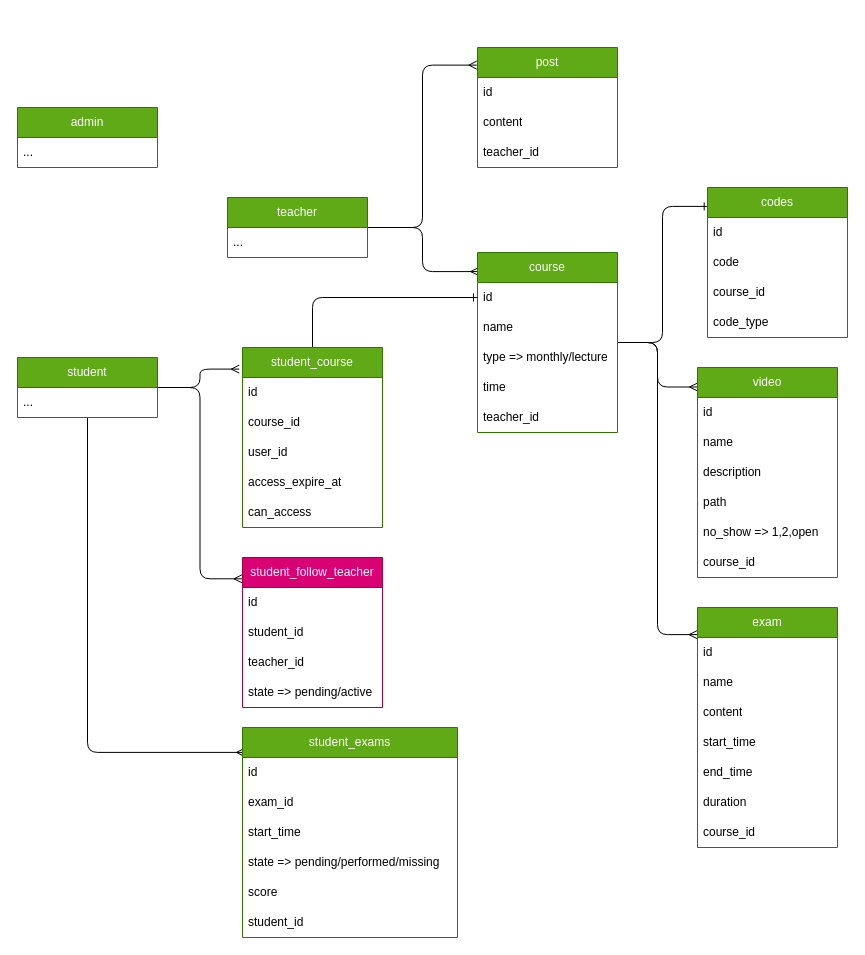
Above: schema.drawio in habibGamal/Prof (draw.io), before the change. Source tidied: cells renumbered, new cells numbered last; positions are measured from the earlier drawing's top-left corner, leaving out a move shared by most shapes. Both pictures are drawn from the tidied source at 100%, with x=0, y=0 at pixel (17, 47).
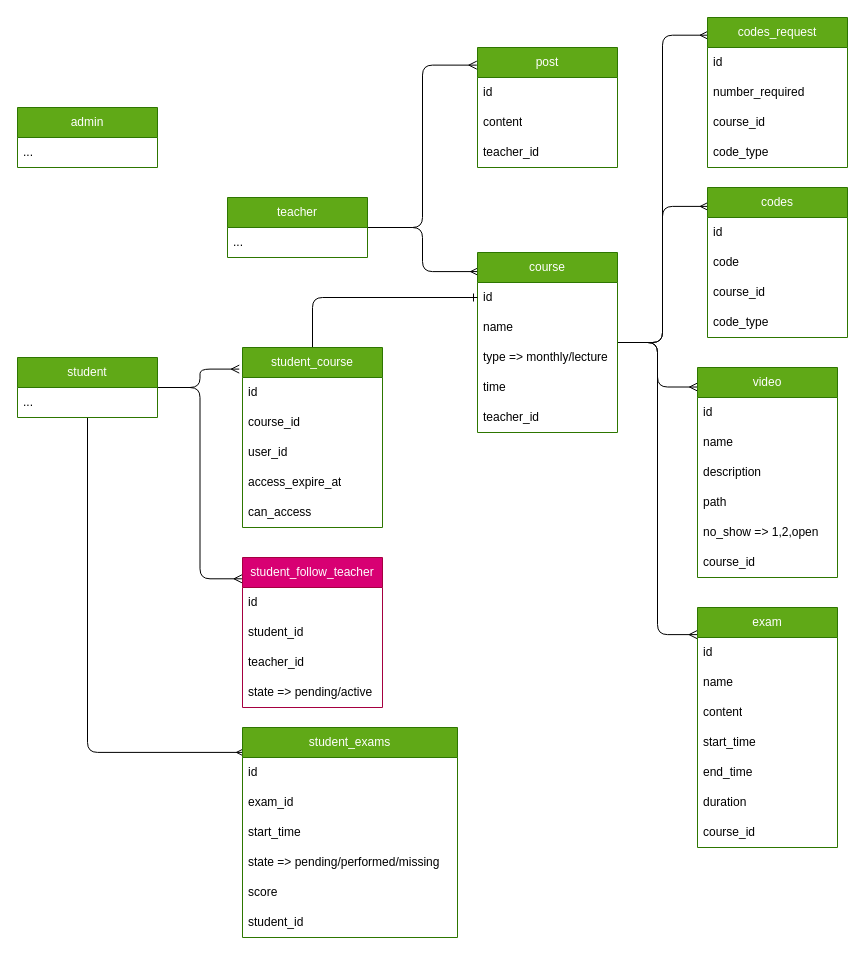
Above is the later version.

The change refers to these unchanged cells:
```xml
<mxCell id="16" value="course" style="swimlane;fontStyle=0;horizontal=1;startSize=30;whiteSpace=wrap;html=1;fillColor=#60a917;fontColor=#ffffff;strokeColor=#2D7600;" parent="1" vertex="1">
  <mxGeometry x="460" y="205" width="140" height="180" as="geometry" />
</mxCell>
<mxCell id="36" value="codes" style="swimlane;fontStyle=0;horizontal=1;startSize=30;whiteSpace=wrap;html=1;fillColor=#60a917;fontColor=#ffffff;strokeColor=#2D7600;" parent="1" vertex="1">
  <mxGeometry x="690" y="140" width="140" height="150" as="geometry" />
</mxCell>
```

What changed in the source:
```diff
@@
-    <mxCell id="14" style="edgeStyle=orthogonalEdgeStyle;html=1;entryX=0.005;entryY=0.126;entryDx=0;entryDy=0;entryPerimeter=0;endArrow=ERone;endFill=0;" parent="1" edge="1" source="16" target="36">
+    <mxCell id="14" style="edgeStyle=orthogonalEdgeStyle;html=1;entryX=0.005;entryY=0.126;entryDx=0;entryDy=0;entryPerimeter=0;endArrow=ERmany;endFill=0;" parent="1" edge="1" source="16" target="36">
       <mxGeometry relative="1" as="geometry" />
     </mxCell>
@@
+    <mxCell id="65" style="edgeStyle=orthogonalEdgeStyle;html=1;entryX=0.004;entryY=0.118;entryDx=0;entryDy=0;entryPerimeter=0;endArrow=ERmany;endFill=0;" parent="1" edge="1" source="16" target="66">
+      <mxGeometry relative="1" as="geometry" />
+    </mxCell>
@@
+    <mxCell id="66" value="codes_request" style="swimlane;fontStyle=0;horizontal=1;startSize=30;whiteSpace=wrap;html=1;fillColor=#60a917;fontColor=#ffffff;strokeColor=#2D7600;" parent="1" vertex="1">
+      <mxGeometry x="690" y="-30" width="140" height="150" as="geometry" />
+    </mxCell>
+    <mxCell id="67" value="id" style="text;strokeColor=none;fillColor=none;align=left;verticalAlign=middle;spacingLeft=4;spacingRight=4;overflow=hidden;whiteSpace=wrap;html=1;" parent="66" vertex="1">
+      <mxGeometry y="30" width="140" height="30" as="geometry" />
+    </mxCell>
+    <mxCell id="68" value="number_required" style="text;strokeColor=none;fillColor=none;align=left;verticalAlign=middle;spacingLeft=4;spacingRight=4;overflow=hidden;whiteSpace=wrap;html=1;" parent="66" vertex="1">
+      <mxGeometry y="60" width="140" height="30" as="geometry" />
+    </mxCell>
+    <mxCell id="69" value="course_id" style="text;strokeColor=none;fillColor=none;align=left;verticalAlign=middle;spacingLeft=4;spacingRight=4;overflow=hidden;whiteSpace=wrap;html=1;" parent="66" vertex="1">
+      <mxGeometry y="90" width="140" height="30" as="geometry" />
+    </mxCell>
+    <mxCell id="70" value="code_type" style="text;strokeColor=none;fillColor=none;align=left;verticalAlign=middle;spacingLeft=4;spacingRight=4;overflow=hidden;whiteSpace=wrap;html=1;" parent="66" vertex="1">
+      <mxGeometry y="120" width="140" height="30" as="geometry" />
+    </mxCell>
```
